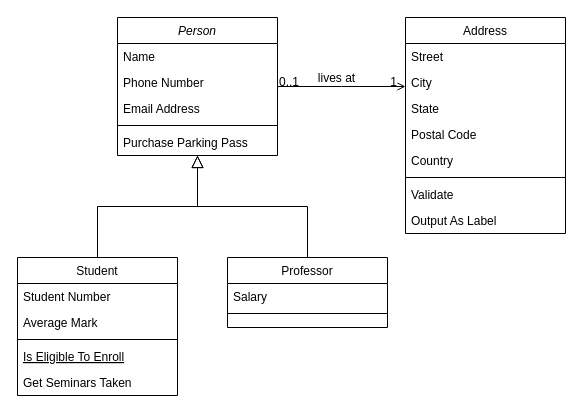
DaniDiazTech/Diagrams keeps this draw.io diagram as UML_diagrams/Person.drawio. Above is the earlier version. Source tidied: cells renumbered, new cells numbered last; positions are measured from the earlier drawing's top-left corner, leaving out a move shared by most shapes. Both pictures are drawn from the tidied source at 100%, with x=0, y=0 at pixel (17, 17).
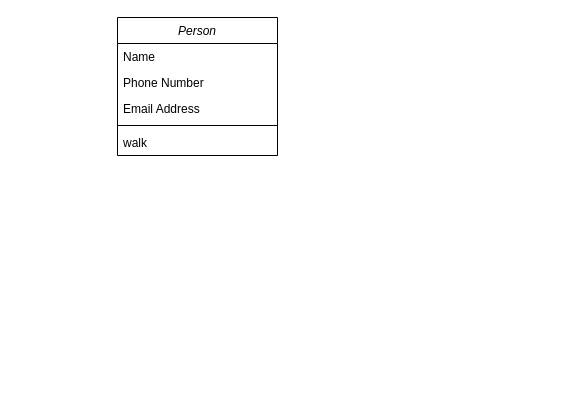
Above is the later version.

The change refers to these unchanged cells:
```xml
<mxCell id="2" value="Person" style="swimlane;fontStyle=2;align=center;verticalAlign=top;horizontal=1;startSize=26;rounded=0;shadow=0;strokeWidth=1;" parent="1" vertex="1">
  <mxGeometry x="100" width="160" height="138" as="geometry" />
</mxCell>
```

The edit, as a diff of the source:
```diff
@@
-    <mxCell id="7" value="Purchase Parking Pass" style="text;align=left;verticalAlign=top;spacingLeft=4;spacingRight=4;overflow=hidden;" parent="2" vertex="1">
+    <mxCell id="7" value="walk" style="text;align=left;verticalAlign=top;spacingLeft=4;spacingRight=4;overflow=hidden;" parent="2" vertex="1">
       <mxGeometry y="112" width="160" height="26" as="geometry" />
     </mxCell>
-    <mxCell id="8" value="Student" style="swimlane;fontStyle=0;align=center;verticalAlign=top;horizontal=1;startSize=26;rounded=0;shadow=0;strokeWidth=1;" parent="1" vertex="1">
-      <mxGeometry y="240" width="160" height="138" as="geometry" />
-    </mxCell>
-    <mxCell id="9" value="Student Number" style="text;align=left;verticalAlign=top;spacingLeft=4;spacingRight=4;overflow=hidden;" parent="8" vertex="1">
-      <mxGeometry y="26" width="160" height="26" as="geometry" />
-    </mxCell>
-    <mxCell id="10" value="Average Mark" style="text;align=left;verticalAlign=top;spacingLeft=4;spacingRight=4;overflow=hidden;rounded=0;shadow=0;html=0;" parent="8" vertex="1">
-      <mxGeometry y="52" width="160" height="26" as="geometry" />
-    </mxCell>
-    <mxCell id="11" style="line;html=1;strokeWidth=1;align=left;verticalAlign=middle;spacingTop=-1;spacingLeft=3;spacingRight=3;labelPosition=right;" parent="8" vertex="1">
-      <mxGeometry y="78" width="160" height="8" as="geometry" />
-    </mxCell>
-    <mxCell id="12" value="Is Eligible To Enroll" style="text;align=left;verticalAlign=top;spacingLeft=4;spacingRight=4;overflow=hidden;fontStyle=4;" parent="8" vertex="1">
-      <mxGeometry y="86" width="160" height="26" as="geometry" />
-    </mxCell>
-    <mxCell id="13" value="Get Seminars Taken" style="text;align=left;verticalAlign=top;spacingLeft=4;spacingRight=4;overflow=hidden;" parent="8" vertex="1">
-      <mxGeometry y="112" width="160" height="26" as="geometry" />
-    </mxCell>
-    <mxCell id="14" style="endArrow=block;endSize=10;endFill=0;shadow=0;strokeWidth=1;rounded=0;edgeStyle=elbowEdgeStyle;elbow=vertical;" parent="1" edge="1" source="8" target="2">
-      <mxGeometry relative="1" as="geometry" />
-    </mxCell>
-    <mxCell id="15" value="Professor" style="swimlane;fontStyle=0;align=center;verticalAlign=top;horizontal=1;startSize=26;rounded=0;shadow=0;strokeWidth=1;" parent="1" vertex="1">
-      <mxGeometry x="210" y="240" width="160" height="70" as="geometry" />
-    </mxCell>
-    <mxCell id="16" value="Salary" style="text;align=left;verticalAlign=top;spacingLeft=4;spacingRight=4;overflow=hidden;" parent="15" vertex="1">
-      <mxGeometry y="26" width="160" height="26" as="geometry" />
-    </mxCell>
-    <mxCell id="17" style="line;html=1;strokeWidth=1;align=left;verticalAlign=middle;spacingTop=-1;spacingLeft=3;spacingRight=3;labelPosition=right;" parent="15" vertex="1">
-      <mxGeometry y="52" width="160" height="8" as="geometry" />
-    </mxCell>
-    <mxCell id="18" style="endArrow=block;endSize=10;endFill=0;shadow=0;strokeWidth=1;rounded=0;edgeStyle=elbowEdgeStyle;elbow=vertical;" parent="1" edge="1" source="15" target="2">
-      <mxGeometry relative="1" as="geometry" />
-    </mxCell>
-    <mxCell id="19" value="Address" style="swimlane;fontStyle=0;align=center;verticalAlign=top;horizontal=1;startSize=26;rounded=0;shadow=0;strokeWidth=1;" parent="1" vertex="1">
-      <mxGeometry x="388" width="160" height="216" as="geometry" />
-    </mxCell>
-    <mxCell id="20" value="Street" style="text;align=left;verticalAlign=top;spacingLeft=4;spacingRight=4;overflow=hidden;" parent="19" vertex="1">
-      <mxGeometry y="26" width="160" height="26" as="geometry" />
-    </mxCell>
-    <mxCell id="21" value="City" style="text;align=left;verticalAlign=top;spacingLeft=4;spacingRight=4;overflow=hidden;rounded=0;shadow=0;html=0;" parent="19" vertex="1">
-      <mxGeometry y="52" width="160" height="26" as="geometry" />
-    </mxCell>
-    <mxCell id="22" value="State" style="text;align=left;verticalAlign=top;spacingLeft=4;spacingRight=4;overflow=hidden;rounded=0;shadow=0;html=0;" parent="19" vertex="1">
-      <mxGeometry y="78" width="160" height="26" as="geometry" />
-    </mxCell>
-    <mxCell id="23" value="Postal Code" style="text;align=left;verticalAlign=top;spacingLeft=4;spacingRight=4;overflow=hidden;rounded=0;shadow=0;html=0;" parent="19" vertex="1">
-      <mxGeometry y="104" width="160" height="26" as="geometry" />
-    </mxCell>
-    <mxCell id="24" value="Country" style="text;align=left;verticalAlign=top;spacingLeft=4;spacingRight=4;overflow=hidden;rounded=0;shadow=0;html=0;" parent="19" vertex="1">
-      <mxGeometry y="130" width="160" height="26" as="geometry" />
-    </mxCell>
-    <mxCell id="25" style="line;html=1;strokeWidth=1;align=left;verticalAlign=middle;spacingTop=-1;spacingLeft=3;spacingRight=3;labelPosition=right;" parent="19" vertex="1">
-      <mxGeometry y="156" width="160" height="8" as="geometry" />
-    </mxCell>
-    <mxCell id="26" value="Validate" style="text;align=left;verticalAlign=top;spacingLeft=4;spacingRight=4;overflow=hidden;" parent="19" vertex="1">
-      <mxGeometry y="164" width="160" height="26" as="geometry" />
-    </mxCell>
-    <mxCell id="27" value="Output As Label" style="text;align=left;verticalAlign=top;spacingLeft=4;spacingRight=4;overflow=hidden;" parent="19" vertex="1">
-      <mxGeometry y="190" width="160" height="26" as="geometry" />
-    </mxCell>
-    <mxCell id="28" style="endArrow=open;shadow=0;strokeWidth=1;rounded=0;endFill=1;edgeStyle=elbowEdgeStyle;elbow=vertical;" parent="1" edge="1" source="2" target="19">
-      <mxGeometry x="0.5" y="41" relative="1" as="geometry">
-        <mxPoint x="-40" y="32" as="offset" />
-      </mxGeometry>
-    </mxCell>
-    <mxCell id="29" value="0..1" style="align=left;verticalAlign=bottom;labelBackgroundColor=none;fontSize=12;" parent="28" vertex="1">
-      <mxGeometry x="-1" relative="1" as="geometry">
-        <mxPoint y="4" as="offset" />
-      </mxGeometry>
-    </mxCell>
-    <mxCell id="30" value="1" style="align=right;verticalAlign=bottom;labelBackgroundColor=none;fontSize=12;" parent="28" vertex="1">
-      <mxGeometry x="1" relative="1" as="geometry">
-        <mxPoint x="-7" y="4" as="offset" />
-      </mxGeometry>
-    </mxCell>
-    <mxCell id="31" value="lives at" style="text;html=1;align=center;verticalAlign=middle;labelBackgroundColor=none;rounded=0;shadow=0;strokeWidth=1;fontSize=12;" parent="28" vertex="1">
-      <mxGeometry x="0.5" y="49" relative="1" as="geometry">
-        <mxPoint x="-38" y="40" as="offset" />
-      </mxGeometry>
-    </mxCell>
```
